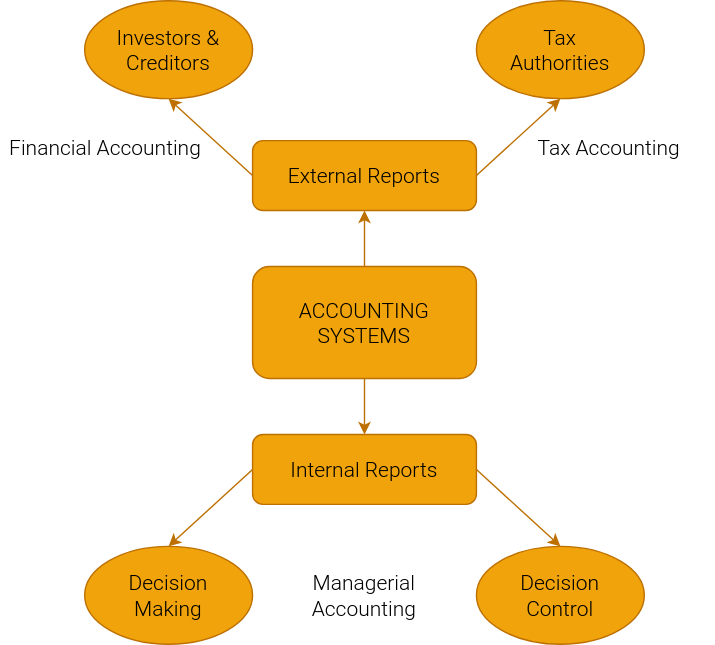
The draw.io diagram Strategic_Cost_Management/Spring2021/Lectures/Session01/diagram1.svg in milonemario/teaching, before a commit. Source tidied: cells renumbered, new cells last; positions are measured from the earlier drawing's top-left corner, leaving out a move shared by most shapes. Its diagram source:
```xml
<mxGraphModel>
  <root>
    <mxCell id="0" />
    <mxCell id="1" parent="0" />
    <mxCell id="2" style="edgeStyle=orthogonalEdgeStyle;rounded=0;jettySize=auto;exitX=0.5;exitY=0;exitDx=0;exitDy=0;entryX=0.5;entryY=1;entryDx=0;entryDy=0;fillColor=#f0a30a;strokeColor=#BD7000;fontSize=15;fontFamily=Roboto Light;0,300;1,100;1,300&amp;display=swap;0,300;1,100;1,300&amp;display=swap;labelBackgroundColor=none;html=1;fontStyle=0;horizontal=1;textDirection=ltr;fontSource=https%3A%2F%2Ffonts.googleapis.com%2Fcss%3Ffamily%3DRoboto%2BLight;" parent="1" edge="1" source="4" target="7">
      <mxGeometry relative="1" as="geometry" />
    </mxCell>
    <mxCell id="3" style="edgeStyle=orthogonalEdgeStyle;rounded=0;jettySize=auto;exitX=0.5;exitY=1;exitDx=0;exitDy=0;entryX=0.5;entryY=0;entryDx=0;entryDy=0;fillColor=#f0a30a;strokeColor=#BD7000;fontSize=15;fontFamily=Roboto Light;0,300;1,100;1,300&amp;display=swap;0,300;1,100;1,300&amp;display=swap;labelBackgroundColor=none;html=1;fontStyle=0;horizontal=1;textDirection=ltr;fontSource=https%3A%2F%2Ffonts.googleapis.com%2Fcss%3Ffamily%3DRoboto%2BLight;" parent="1" edge="1" source="4" target="10">
      <mxGeometry relative="1" as="geometry" />
    </mxCell>
    <mxCell id="4" value="ACCOUNTING&lt;br style=&quot;font-size: 15px;&quot;&gt;SYSTEMS" style="rounded=1;whiteSpace=wrap;fillColor=#f0a30a;strokeColor=#BD7000;fontSize=15;fontFamily=Roboto Light;0,300;1,100;1,300&amp;display=swap;0,300;1,100;1,300&amp;display=swap;labelBackgroundColor=none;html=1;fontStyle=0;horizontal=1;textDirection=ltr;fontSource=https%3A%2F%2Ffonts.googleapis.com%2Fcss%3Ffamily%3DRoboto%2BLight;" parent="1" vertex="1">
      <mxGeometry x="180" y="190" width="160" height="80" as="geometry" />
    </mxCell>
    <mxCell id="5" style="jettySize=auto;exitX=1;exitY=0.5;exitDx=0;exitDy=0;entryX=0.5;entryY=1;entryDx=0;entryDy=0;fillColor=#f0a30a;strokeColor=#BD7000;fontSize=15;fontFamily=Roboto Light;0,300;1,100;1,300&amp;display=swap;0,300;1,100;1,300&amp;display=swap;labelBackgroundColor=none;html=1;fontStyle=0;horizontal=1;textDirection=ltr;fontSource=https%3A%2F%2Ffonts.googleapis.com%2Fcss%3Ffamily%3DRoboto%2BLight;" parent="1" edge="1" source="7" target="11">
      <mxGeometry relative="1" as="geometry" />
    </mxCell>
    <mxCell id="6" style="edgeStyle=none;jettySize=auto;exitX=0;exitY=0.5;exitDx=0;exitDy=0;entryX=0.5;entryY=1;entryDx=0;entryDy=0;fillColor=#f0a30a;strokeColor=#BD7000;fontSize=15;fontFamily=Roboto Light;0,300;1,100;1,300&amp;display=swap;0,300;1,100;1,300&amp;display=swap;labelBackgroundColor=none;html=1;fontStyle=0;horizontal=1;textDirection=ltr;fontSource=https%3A%2F%2Ffonts.googleapis.com%2Fcss%3Ffamily%3DRoboto%2BLight;" parent="1" edge="1" source="7" target="12">
      <mxGeometry relative="1" as="geometry" />
    </mxCell>
    <mxCell id="7" value="External Reports" style="rounded=1;whiteSpace=wrap;fillColor=#f0a30a;strokeColor=#BD7000;fontSize=15;fontFamily=Roboto Light;0,300;1,100;1,300&amp;display=swap;0,300;1,100;1,300&amp;display=swap;labelBackgroundColor=none;html=1;fontStyle=0;horizontal=1;textDirection=ltr;fontSource=https%3A%2F%2Ffonts.googleapis.com%2Fcss%3Ffamily%3DRoboto%2BLight;" parent="1" vertex="1">
      <mxGeometry x="180" y="100" width="160" height="50" as="geometry" />
    </mxCell>
    <mxCell id="8" style="edgeStyle=none;jettySize=auto;exitX=0;exitY=0.5;exitDx=0;exitDy=0;entryX=0.5;entryY=0;entryDx=0;entryDy=0;fillColor=#f0a30a;strokeColor=#BD7000;fontSize=15;fontFamily=Roboto Light;0,300;1,100;1,300&amp;display=swap;0,300;1,100;1,300&amp;display=swap;labelBackgroundColor=none;html=1;fontStyle=0;horizontal=1;textDirection=ltr;fontSource=https%3A%2F%2Ffonts.googleapis.com%2Fcss%3Ffamily%3DRoboto%2BLight;" parent="1" edge="1" source="10" target="14">
      <mxGeometry relative="1" as="geometry" />
    </mxCell>
    <mxCell id="9" style="edgeStyle=none;jettySize=auto;exitX=1;exitY=0.5;exitDx=0;exitDy=0;entryX=0.5;entryY=0;entryDx=0;entryDy=0;fillColor=#f0a30a;strokeColor=#BD7000;fontSize=15;fontFamily=Roboto Light;0,300;1,100;1,300&amp;display=swap;0,300;1,100;1,300&amp;display=swap;labelBackgroundColor=none;html=1;fontStyle=0;horizontal=1;textDirection=ltr;fontSource=https%3A%2F%2Ffonts.googleapis.com%2Fcss%3Ffamily%3DRoboto%2BLight;" parent="1" edge="1" source="10" target="13">
      <mxGeometry relative="1" as="geometry" />
    </mxCell>
    <mxCell id="10" value="Internal Reports" style="rounded=1;whiteSpace=wrap;fillColor=#f0a30a;strokeColor=#BD7000;fontSize=15;fontFamily=Roboto Light;0,300;1,100;1,300&amp;display=swap;0,300;1,100;1,300&amp;display=swap;labelBackgroundColor=none;html=1;fontStyle=0;horizontal=1;textDirection=ltr;fontSource=https%3A%2F%2Ffonts.googleapis.com%2Fcss%3Ffamily%3DRoboto%2BLight;" parent="1" vertex="1">
      <mxGeometry x="180" y="310" width="160" height="50" as="geometry" />
    </mxCell>
    <mxCell id="11" value="Tax&lt;br style=&quot;font-size: 15px;&quot;&gt;Authorities" style="ellipse;whiteSpace=wrap;fillColor=#f0a30a;strokeColor=#BD7000;fontSize=15;fontFamily=Roboto Light;0,300;1,100;1,300&amp;display=swap;0,300;1,100;1,300&amp;display=swap;labelBackgroundColor=none;html=1;fontStyle=0;horizontal=1;textDirection=ltr;fontSource=https%3A%2F%2Ffonts.googleapis.com%2Fcss%3Ffamily%3DRoboto%2BLight;" parent="1" vertex="1">
      <mxGeometry x="340" width="120" height="70" as="geometry" />
    </mxCell>
    <mxCell id="12" value="Investors &amp;amp;&lt;br style=&quot;font-size: 15px&quot;&gt;Creditors" style="ellipse;whiteSpace=wrap;fillColor=#f0a30a;strokeColor=#BD7000;fontSize=15;fontFamily=Roboto Light;0,300;1,100;1,300&amp;display=swap;0,300;1,100;1,300&amp;display=swap;labelBackgroundColor=none;html=1;fontStyle=0;horizontal=1;textDirection=ltr;fontSource=https%3A%2F%2Ffonts.googleapis.com%2Fcss%3Ffamily%3DRoboto%2BLight;" parent="1" vertex="1">
      <mxGeometry x="60" width="120" height="70" as="geometry" />
    </mxCell>
    <mxCell id="13" value="Decision&lt;br style=&quot;font-size: 15px;&quot;&gt;Control" style="ellipse;whiteSpace=wrap;fillColor=#f0a30a;strokeColor=#BD7000;fontSize=15;fontFamily=Roboto Light;0,300;1,100;1,300&amp;display=swap;0,300;1,100;1,300&amp;display=swap;labelBackgroundColor=none;html=1;fontStyle=0;horizontal=1;textDirection=ltr;fontSource=https%3A%2F%2Ffonts.googleapis.com%2Fcss%3Ffamily%3DRoboto%2BLight;" parent="1" vertex="1">
      <mxGeometry x="340" y="390" width="120" height="70" as="geometry" />
    </mxCell>
    <mxCell id="14" value="Decision&lt;br style=&quot;font-size: 15px;&quot;&gt;Making" style="ellipse;whiteSpace=wrap;fillColor=#f0a30a;strokeColor=#BD7000;fontSize=15;fontFamily=Roboto Light;0,300;1,100;1,300&amp;display=swap;0,300;1,100;1,300&amp;display=swap;labelBackgroundColor=none;html=1;fontStyle=0;horizontal=1;textDirection=ltr;fontSource=https%3A%2F%2Ffonts.googleapis.com%2Fcss%3Ffamily%3DRoboto%2BLight;" parent="1" vertex="1">
      <mxGeometry x="60" y="390" width="120" height="70" as="geometry" />
    </mxCell>
    <mxCell id="15" value="Managerial Accounting" style="rounded=0;whiteSpace=wrap;fillColor=none;strokeColor=none;fontSize=15;fontFamily=Roboto Light;0,300;1,100;1,300&amp;display=swap;0,300;1,100;1,300&amp;display=swap;labelBackgroundColor=none;html=1;fontStyle=0;horizontal=1;textDirection=ltr;fontSource=https%3A%2F%2Ffonts.googleapis.com%2Fcss%3Ffamily%3DRoboto%2BLight;" parent="1" vertex="1">
      <mxGeometry x="185" y="410" width="150" height="30" as="geometry" />
    </mxCell>
    <mxCell id="16" value="Financial Accounting" style="rounded=0;whiteSpace=wrap;fillColor=none;strokeColor=none;fontSize=15;fontFamily=Roboto Light;0,300;1,100;1,300&amp;display=swap;0,300;1,100;1,300&amp;display=swap;labelBackgroundColor=none;html=1;fontStyle=0;horizontal=1;textDirection=ltr;fontSource=https%3A%2F%2Ffonts.googleapis.com%2Fcss%3Ffamily%3DRoboto%2BLight;" parent="1" vertex="1">
      <mxGeometry y="90" width="150" height="30" as="geometry" />
    </mxCell>
    <mxCell id="17" value="Tax Accounting" style="rounded=0;whiteSpace=wrap;fillColor=none;strokeColor=none;fontSize=15;fontFamily=Roboto Light;0,300;1,100;1,300&amp;display=swap;0,300;1,100;1,300&amp;display=swap;labelBackgroundColor=none;html=1;fontStyle=0;horizontal=1;textDirection=ltr;fontSource=https%3A%2F%2Ffonts.googleapis.com%2Fcss%3Ffamily%3DRoboto%2BLight;" parent="1" vertex="1">
      <mxGeometry x="360" y="90" width="150" height="30" as="geometry" />
    </mxCell>
  </root>
</mxGraphModel>
```
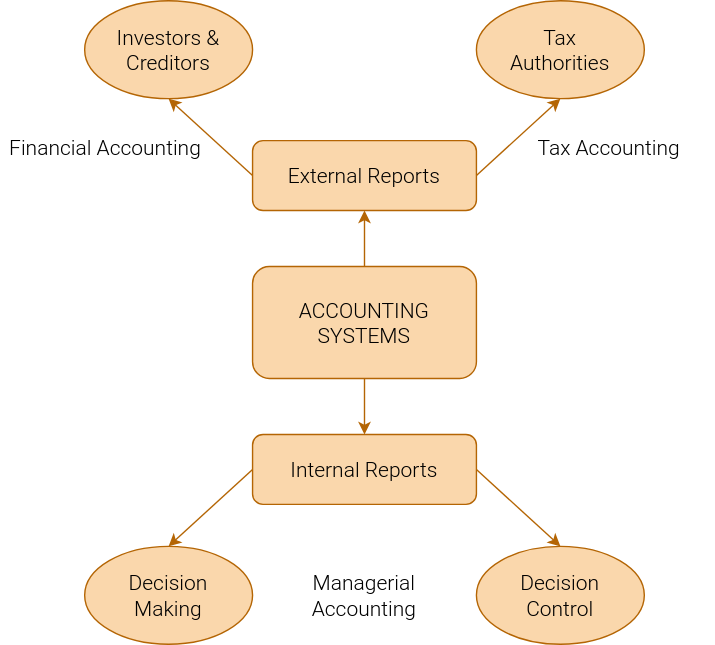
The same diagram one commit later.

Diff of the diagram source:
```diff
@@ -2,43 +2,43 @@
   <root>
     <mxCell id="0" />
     <mxCell id="1" parent="0" />
-    <mxCell id="2" style="edgeStyle=orthogonalEdgeStyle;rounded=0;jettySize=auto;exitX=0.5;exitY=0;exitDx=0;exitDy=0;entryX=0.5;entryY=1;entryDx=0;entryDy=0;fillColor=#f0a30a;strokeColor=#BD7000;fontSize=15;fontFamily=Roboto Light;0,300;1,100;1,300&amp;display=swap;0,300;1,100;1,300&amp;display=swap;labelBackgroundColor=none;html=1;fontStyle=0;horizontal=1;textDirection=ltr;fontSource=https%3A%2F%2Ffonts.googleapis.com%2Fcss%3Ffamily%3DRoboto%2BLight;" parent="1" edge="1" source="4" target="7">
+    <mxCell id="2" style="edgeStyle=orthogonalEdgeStyle;rounded=0;jettySize=auto;exitX=0.5;exitY=0;exitDx=0;exitDy=0;entryX=0.5;entryY=1;entryDx=0;entryDy=0;fillColor=#fad7ac;strokeColor=#b46504;fontSize=15;fontFamily=Roboto Light;0,300;1,100;1,300&amp;display=swap;0,300;1,100;1,300&amp;display=swap;labelBackgroundColor=none;html=1;fontStyle=0;horizontal=1;textDirection=ltr;fontSource=https%3A%2F%2Ffonts.googleapis.com%2Fcss%3Ffamily%3DRoboto%2BLight;" parent="1" edge="1" source="4" target="7">
       <mxGeometry relative="1" as="geometry" />
     </mxCell>
-    <mxCell id="3" style="edgeStyle=orthogonalEdgeStyle;rounded=0;jettySize=auto;exitX=0.5;exitY=1;exitDx=0;exitDy=0;entryX=0.5;entryY=0;entryDx=0;entryDy=0;fillColor=#f0a30a;strokeColor=#BD7000;fontSize=15;fontFamily=Roboto Light;0,300;1,100;1,300&amp;display=swap;0,300;1,100;1,300&amp;display=swap;labelBackgroundColor=none;html=1;fontStyle=0;horizontal=1;textDirection=ltr;fontSource=https%3A%2F%2Ffonts.googleapis.com%2Fcss%3Ffamily%3DRoboto%2BLight;" parent="1" edge="1" source="4" target="10">
+    <mxCell id="3" style="edgeStyle=orthogonalEdgeStyle;rounded=0;jettySize=auto;exitX=0.5;exitY=1;exitDx=0;exitDy=0;entryX=0.5;entryY=0;entryDx=0;entryDy=0;fillColor=#fad7ac;strokeColor=#b46504;fontSize=15;fontFamily=Roboto Light;0,300;1,100;1,300&amp;display=swap;0,300;1,100;1,300&amp;display=swap;labelBackgroundColor=none;html=1;fontStyle=0;horizontal=1;textDirection=ltr;fontSource=https%3A%2F%2Ffonts.googleapis.com%2Fcss%3Ffamily%3DRoboto%2BLight;" parent="1" edge="1" source="4" target="10">
       <mxGeometry relative="1" as="geometry" />
     </mxCell>
-    <mxCell id="4" value="ACCOUNTING&lt;br style=&quot;font-size: 15px;&quot;&gt;SYSTEMS" style="rounded=1;whiteSpace=wrap;fillColor=#f0a30a;strokeColor=#BD7000;fontSize=15;fontFamily=Roboto Light;0,300;1,100;1,300&amp;display=swap;0,300;1,100;1,300&amp;display=swap;labelBackgroundColor=none;html=1;fontStyle=0;horizontal=1;textDirection=ltr;fontSource=https%3A%2F%2Ffonts.googleapis.com%2Fcss%3Ffamily%3DRoboto%2BLight;" parent="1" vertex="1">
+    <mxCell id="4" value="ACCOUNTING&lt;br style=&quot;font-size: 15px;&quot;&gt;SYSTEMS" style="rounded=1;whiteSpace=wrap;fillColor=#fad7ac;strokeColor=#b46504;fontSize=15;fontFamily=Roboto Light;0,300;1,100;1,300&amp;display=swap;0,300;1,100;1,300&amp;display=swap;labelBackgroundColor=none;html=1;fontStyle=0;horizontal=1;textDirection=ltr;fontSource=https%3A%2F%2Ffonts.googleapis.com%2Fcss%3Ffamily%3DRoboto%2BLight;" parent="1" vertex="1">
       <mxGeometry x="180" y="190" width="160" height="80" as="geometry" />
     </mxCell>
-    <mxCell id="5" style="jettySize=auto;exitX=1;exitY=0.5;exitDx=0;exitDy=0;entryX=0.5;entryY=1;entryDx=0;entryDy=0;fillColor=#f0a30a;strokeColor=#BD7000;fontSize=15;fontFamily=Roboto Light;0,300;1,100;1,300&amp;display=swap;0,300;1,100;1,300&amp;display=swap;labelBackgroundColor=none;html=1;fontStyle=0;horizontal=1;textDirection=ltr;fontSource=https%3A%2F%2Ffonts.googleapis.com%2Fcss%3Ffamily%3DRoboto%2BLight;" parent="1" edge="1" source="7" target="11">
+    <mxCell id="5" style="jettySize=auto;exitX=1;exitY=0.5;exitDx=0;exitDy=0;entryX=0.5;entryY=1;entryDx=0;entryDy=0;fillColor=#fad7ac;strokeColor=#b46504;fontSize=15;fontFamily=Roboto Light;0,300;1,100;1,300&amp;display=swap;0,300;1,100;1,300&amp;display=swap;labelBackgroundColor=none;html=1;fontStyle=0;horizontal=1;textDirection=ltr;fontSource=https%3A%2F%2Ffonts.googleapis.com%2Fcss%3Ffamily%3DRoboto%2BLight;" parent="1" edge="1" source="7" target="11">
       <mxGeometry relative="1" as="geometry" />
     </mxCell>
-    <mxCell id="6" style="edgeStyle=none;jettySize=auto;exitX=0;exitY=0.5;exitDx=0;exitDy=0;entryX=0.5;entryY=1;entryDx=0;entryDy=0;fillColor=#f0a30a;strokeColor=#BD7000;fontSize=15;fontFamily=Roboto Light;0,300;1,100;1,300&amp;display=swap;0,300;1,100;1,300&amp;display=swap;labelBackgroundColor=none;html=1;fontStyle=0;horizontal=1;textDirection=ltr;fontSource=https%3A%2F%2Ffonts.googleapis.com%2Fcss%3Ffamily%3DRoboto%2BLight;" parent="1" edge="1" source="7" target="12">
+    <mxCell id="6" style="edgeStyle=none;jettySize=auto;exitX=0;exitY=0.5;exitDx=0;exitDy=0;entryX=0.5;entryY=1;entryDx=0;entryDy=0;fillColor=#fad7ac;strokeColor=#b46504;fontSize=15;fontFamily=Roboto Light;0,300;1,100;1,300&amp;display=swap;0,300;1,100;1,300&amp;display=swap;labelBackgroundColor=none;html=1;fontStyle=0;horizontal=1;textDirection=ltr;fontSource=https%3A%2F%2Ffonts.googleapis.com%2Fcss%3Ffamily%3DRoboto%2BLight;" parent="1" edge="1" source="7" target="12">
       <mxGeometry relative="1" as="geometry" />
     </mxCell>
-    <mxCell id="7" value="External Reports" style="rounded=1;whiteSpace=wrap;fillColor=#f0a30a;strokeColor=#BD7000;fontSize=15;fontFamily=Roboto Light;0,300;1,100;1,300&amp;display=swap;0,300;1,100;1,300&amp;display=swap;labelBackgroundColor=none;html=1;fontStyle=0;horizontal=1;textDirection=ltr;fontSource=https%3A%2F%2Ffonts.googleapis.com%2Fcss%3Ffamily%3DRoboto%2BLight;" parent="1" vertex="1">
+    <mxCell id="7" value="External Reports" style="rounded=1;whiteSpace=wrap;fillColor=#fad7ac;strokeColor=#b46504;fontSize=15;fontFamily=Roboto Light;0,300;1,100;1,300&amp;display=swap;0,300;1,100;1,300&amp;display=swap;labelBackgroundColor=none;html=1;fontStyle=0;horizontal=1;textDirection=ltr;fontSource=https%3A%2F%2Ffonts.googleapis.com%2Fcss%3Ffamily%3DRoboto%2BLight;" parent="1" vertex="1">
       <mxGeometry x="180" y="100" width="160" height="50" as="geometry" />
     </mxCell>
-    <mxCell id="8" style="edgeStyle=none;jettySize=auto;exitX=0;exitY=0.5;exitDx=0;exitDy=0;entryX=0.5;entryY=0;entryDx=0;entryDy=0;fillColor=#f0a30a;strokeColor=#BD7000;fontSize=15;fontFamily=Roboto Light;0,300;1,100;1,300&amp;display=swap;0,300;1,100;1,300&amp;display=swap;labelBackgroundColor=none;html=1;fontStyle=0;horizontal=1;textDirection=ltr;fontSource=https%3A%2F%2Ffonts.googleapis.com%2Fcss%3Ffamily%3DRoboto%2BLight;" parent="1" edge="1" source="10" target="14">
+    <mxCell id="8" style="edgeStyle=none;jettySize=auto;exitX=0;exitY=0.5;exitDx=0;exitDy=0;entryX=0.5;entryY=0;entryDx=0;entryDy=0;fillColor=#fad7ac;strokeColor=#b46504;fontSize=15;fontFamily=Roboto Light;0,300;1,100;1,300&amp;display=swap;0,300;1,100;1,300&amp;display=swap;labelBackgroundColor=none;html=1;fontStyle=0;horizontal=1;textDirection=ltr;fontSource=https%3A%2F%2Ffonts.googleapis.com%2Fcss%3Ffamily%3DRoboto%2BLight;" parent="1" edge="1" source="10" target="14">
       <mxGeometry relative="1" as="geometry" />
     </mxCell>
-    <mxCell id="9" style="edgeStyle=none;jettySize=auto;exitX=1;exitY=0.5;exitDx=0;exitDy=0;entryX=0.5;entryY=0;entryDx=0;entryDy=0;fillColor=#f0a30a;strokeColor=#BD7000;fontSize=15;fontFamily=Roboto Light;0,300;1,100;1,300&amp;display=swap;0,300;1,100;1,300&amp;display=swap;labelBackgroundColor=none;html=1;fontStyle=0;horizontal=1;textDirection=ltr;fontSource=https%3A%2F%2Ffonts.googleapis.com%2Fcss%3Ffamily%3DRoboto%2BLight;" parent="1" edge="1" source="10" target="13">
+    <mxCell id="9" style="edgeStyle=none;jettySize=auto;exitX=1;exitY=0.5;exitDx=0;exitDy=0;entryX=0.5;entryY=0;entryDx=0;entryDy=0;fillColor=#fad7ac;strokeColor=#b46504;fontSize=15;fontFamily=Roboto Light;0,300;1,100;1,300&amp;display=swap;0,300;1,100;1,300&amp;display=swap;labelBackgroundColor=none;html=1;fontStyle=0;horizontal=1;textDirection=ltr;fontSource=https%3A%2F%2Ffonts.googleapis.com%2Fcss%3Ffamily%3DRoboto%2BLight;" parent="1" edge="1" source="10" target="13">
       <mxGeometry relative="1" as="geometry" />
     </mxCell>
-    <mxCell id="10" value="Internal Reports" style="rounded=1;whiteSpace=wrap;fillColor=#f0a30a;strokeColor=#BD7000;fontSize=15;fontFamily=Roboto Light;0,300;1,100;1,300&amp;display=swap;0,300;1,100;1,300&amp;display=swap;labelBackgroundColor=none;html=1;fontStyle=0;horizontal=1;textDirection=ltr;fontSource=https%3A%2F%2Ffonts.googleapis.com%2Fcss%3Ffamily%3DRoboto%2BLight;" parent="1" vertex="1">
+    <mxCell id="10" value="Internal Reports" style="rounded=1;whiteSpace=wrap;fillColor=#fad7ac;strokeColor=#b46504;fontSize=15;fontFamily=Roboto Light;0,300;1,100;1,300&amp;display=swap;0,300;1,100;1,300&amp;display=swap;labelBackgroundColor=none;html=1;fontStyle=0;horizontal=1;textDirection=ltr;fontSource=https%3A%2F%2Ffonts.googleapis.com%2Fcss%3Ffamily%3DRoboto%2BLight;" parent="1" vertex="1">
       <mxGeometry x="180" y="310" width="160" height="50" as="geometry" />
     </mxCell>
-    <mxCell id="11" value="Tax&lt;br style=&quot;font-size: 15px;&quot;&gt;Authorities" style="ellipse;whiteSpace=wrap;fillColor=#f0a30a;strokeColor=#BD7000;fontSize=15;fontFamily=Roboto Light;0,300;1,100;1,300&amp;display=swap;0,300;1,100;1,300&amp;display=swap;labelBackgroundColor=none;html=1;fontStyle=0;horizontal=1;textDirection=ltr;fontSource=https%3A%2F%2Ffonts.googleapis.com%2Fcss%3Ffamily%3DRoboto%2BLight;" parent="1" vertex="1">
+    <mxCell id="11" value="Tax&lt;br style=&quot;font-size: 15px;&quot;&gt;Authorities" style="ellipse;whiteSpace=wrap;fillColor=#fad7ac;strokeColor=#b46504;fontSize=15;fontFamily=Roboto Light;0,300;1,100;1,300&amp;display=swap;0,300;1,100;1,300&amp;display=swap;labelBackgroundColor=none;html=1;fontStyle=0;horizontal=1;textDirection=ltr;fontSource=https%3A%2F%2Ffonts.googleapis.com%2Fcss%3Ffamily%3DRoboto%2BLight;" parent="1" vertex="1">
       <mxGeometry x="340" width="120" height="70" as="geometry" />
     </mxCell>
-    <mxCell id="12" value="Investors &amp;amp;&lt;br style=&quot;font-size: 15px&quot;&gt;Creditors" style="ellipse;whiteSpace=wrap;fillColor=#f0a30a;strokeColor=#BD7000;fontSize=15;fontFamily=Roboto Light;0,300;1,100;1,300&amp;display=swap;0,300;1,100;1,300&amp;display=swap;labelBackgroundColor=none;html=1;fontStyle=0;horizontal=1;textDirection=ltr;fontSource=https%3A%2F%2Ffonts.googleapis.com%2Fcss%3Ffamily%3DRoboto%2BLight;" parent="1" vertex="1">
+    <mxCell id="12" value="Investors &amp;amp;&lt;br style=&quot;font-size: 15px&quot;&gt;Creditors" style="ellipse;whiteSpace=wrap;fillColor=#fad7ac;strokeColor=#b46504;fontSize=15;fontFamily=Roboto Light;0,300;1,100;1,300&amp;display=swap;0,300;1,100;1,300&amp;display=swap;labelBackgroundColor=none;html=1;fontStyle=0;horizontal=1;textDirection=ltr;fontSource=https%3A%2F%2Ffonts.googleapis.com%2Fcss%3Ffamily%3DRoboto%2BLight;" parent="1" vertex="1">
       <mxGeometry x="60" width="120" height="70" as="geometry" />
     </mxCell>
-    <mxCell id="13" value="Decision&lt;br style=&quot;font-size: 15px;&quot;&gt;Control" style="ellipse;whiteSpace=wrap;fillColor=#f0a30a;strokeColor=#BD7000;fontSize=15;fontFamily=Roboto Light;0,300;1,100;1,300&amp;display=swap;0,300;1,100;1,300&amp;display=swap;labelBackgroundColor=none;html=1;fontStyle=0;horizontal=1;textDirection=ltr;fontSource=https%3A%2F%2Ffonts.googleapis.com%2Fcss%3Ffamily%3DRoboto%2BLight;" parent="1" vertex="1">
+    <mxCell id="13" value="Decision&lt;br style=&quot;font-size: 15px;&quot;&gt;Control" style="ellipse;whiteSpace=wrap;fillColor=#fad7ac;strokeColor=#b46504;fontSize=15;fontFamily=Roboto Light;0,300;1,100;1,300&amp;display=swap;0,300;1,100;1,300&amp;display=swap;labelBackgroundColor=none;html=1;fontStyle=0;horizontal=1;textDirection=ltr;fontSource=https%3A%2F%2Ffonts.googleapis.com%2Fcss%3Ffamily%3DRoboto%2BLight;" parent="1" vertex="1">
       <mxGeometry x="340" y="390" width="120" height="70" as="geometry" />
     </mxCell>
-    <mxCell id="14" value="Decision&lt;br style=&quot;font-size: 15px;&quot;&gt;Making" style="ellipse;whiteSpace=wrap;fillColor=#f0a30a;strokeColor=#BD7000;fontSize=15;fontFamily=Roboto Light;0,300;1,100;1,300&amp;display=swap;0,300;1,100;1,300&amp;display=swap;labelBackgroundColor=none;html=1;fontStyle=0;horizontal=1;textDirection=ltr;fontSource=https%3A%2F%2Ffonts.googleapis.com%2Fcss%3Ffamily%3DRoboto%2BLight;" parent="1" vertex="1">
+    <mxCell id="14" value="Decision&lt;br style=&quot;font-size: 15px;&quot;&gt;Making" style="ellipse;whiteSpace=wrap;fillColor=#fad7ac;strokeColor=#b46504;fontSize=15;fontFamily=Roboto Light;0,300;1,100;1,300&amp;display=swap;0,300;1,100;1,300&amp;display=swap;labelBackgroundColor=none;html=1;fontStyle=0;horizontal=1;textDirection=ltr;fontSource=https%3A%2F%2Ffonts.googleapis.com%2Fcss%3Ffamily%3DRoboto%2BLight;" parent="1" vertex="1">
       <mxGeometry x="60" y="390" width="120" height="70" as="geometry" />
     </mxCell>
     <mxCell id="15" value="Managerial Accounting" style="rounded=0;whiteSpace=wrap;fillColor=none;strokeColor=none;fontSize=15;fontFamily=Roboto Light;0,300;1,100;1,300&amp;display=swap;0,300;1,100;1,300&amp;display=swap;labelBackgroundColor=none;html=1;fontStyle=0;horizontal=1;textDirection=ltr;fontSource=https%3A%2F%2Ffonts.googleapis.com%2Fcss%3Ffamily%3DRoboto%2BLight;" parent="1" vertex="1">
```
